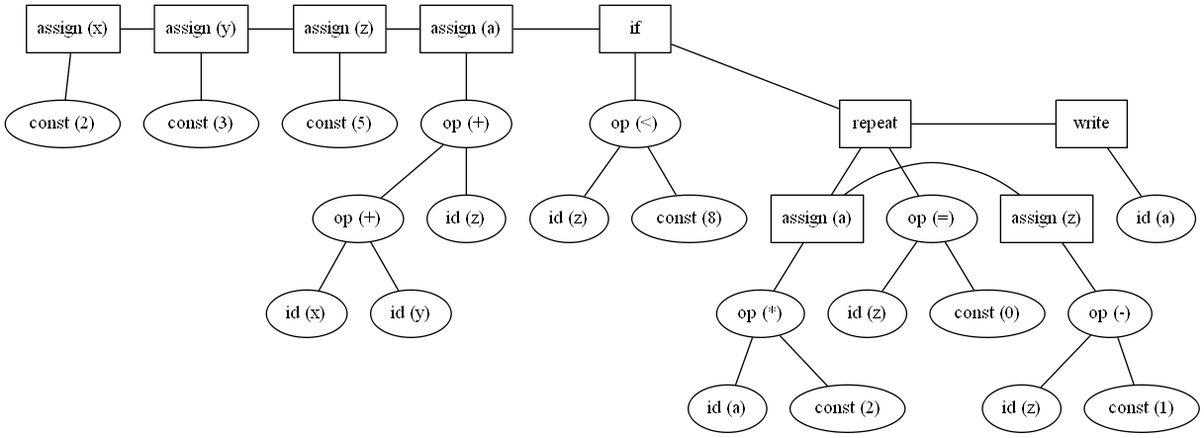
Above: tree.gv.png in Abdullah-A-Elsayed/TinyParser (Graphviz), before the change. Its source is kept beside it as tree.gv.
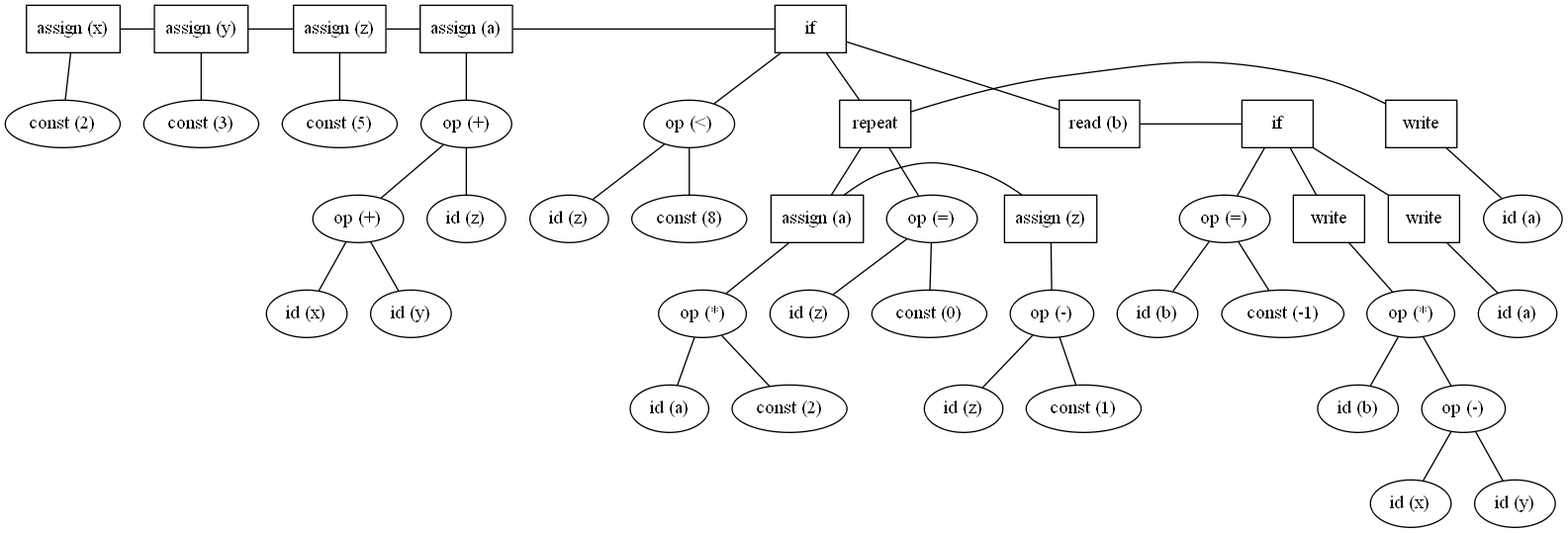
The same file after the commit.

Diff of the diagram source:
```diff
@@ -17,6 +17,8 @@
 		14 [label="op (<)" shape=""]
 		16 [label=repeat shape=rectangle]
 		28 [label=write shape=rectangle]
+		30 [label="read (b)" shape=rectangle]
+		31 [label=if shape=rectangle]
 	}
 	{
 		rank=same
@@ -28,6 +30,9 @@
 		21 [label="assign (z)" shape=rectangle]
 		26 [label="op (=)" shape=""]
 		29 [label="id (a)" shape=""]
+		33 [label="op (=)" shape=""]
+		35 [label=write shape=rectangle]
+		41 [label=write shape=rectangle]
 	}
 	{
 		rank=same
@@ -37,6 +42,10 @@
 		23 [label="op (-)" shape=""]
 		25 [label="id (z)" shape=""]
 		27 [label="const (0)" shape=""]
+		32 [label="id (b)" shape=""]
+		34 [label="const (-1)" shape=""]
+		37 [label="op (*)" shape=""]
+		42 [label="id (a)" shape=""]
 	}
 	{
 		rank=same
@@ -44,6 +53,13 @@
 		20 [label="const (2)" shape=""]
 		22 [label="id (z)" shape=""]
 		24 [label="const (1)" shape=""]
+		36 [label="id (b)" shape=""]
+		39 [label="op (-)" shape=""]
+	}
+	{
+		rank=same
+		38 [label="id (x)" shape=""]
+		40 [label="id (y)" shape=""]
 	}
 	0 -- 1
 	0 -- 2
@@ -74,4 +90,17 @@
 	26 -- 27
 	16 -- 28
 	28 -- 29
+	12 -- 30
+	30 -- 31
+	33 -- 32
+	31 -- 33
+	33 -- 34
+	31 -- 35
+	37 -- 36
+	35 -- 37
+	39 -- 38
+	37 -- 39
+	39 -- 40
+	31 -- 41
+	41 -- 42
 }
```
